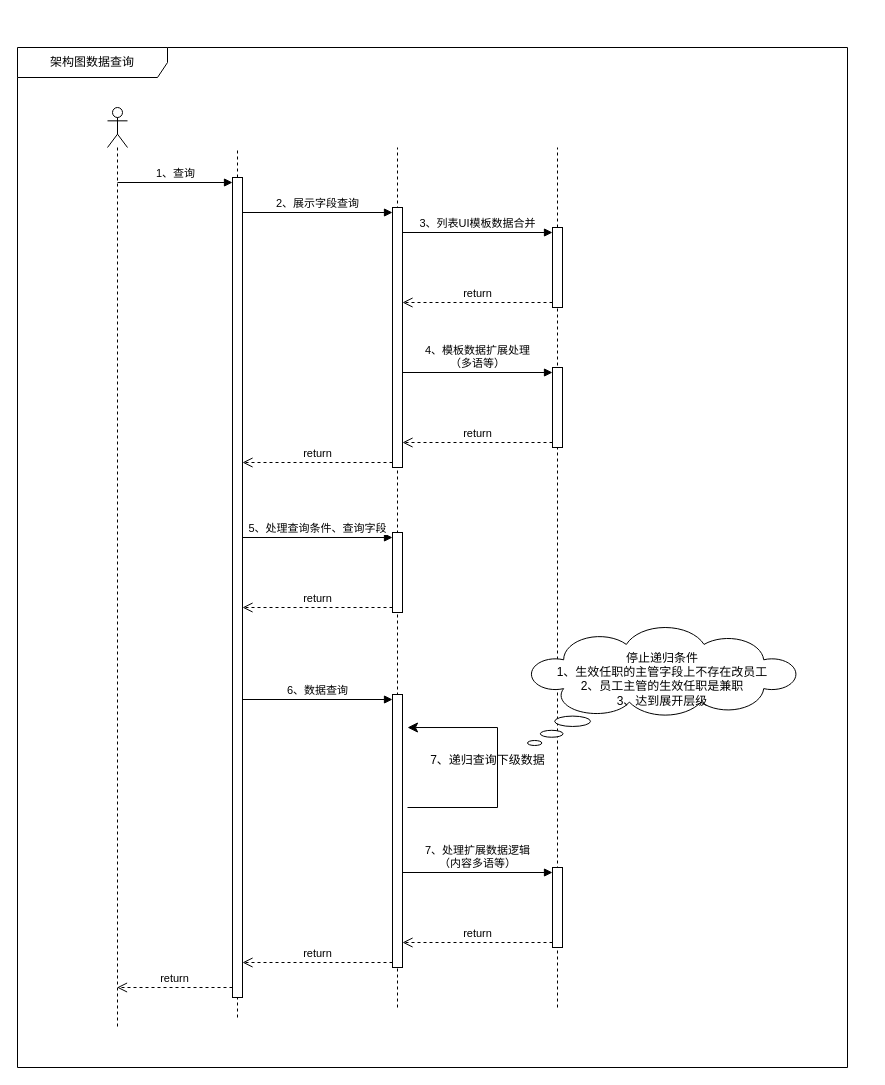
The draw.io diagram 用友/架构图-数据-查询.drawio in Super-YYQ/drawIo, before the edit. Source tidied: cells renumbered, new cells numbered last; positions are measured from the earlier drawing's top-left corner, leaving out a move shared by most shapes. Both pictures are drawn from the tidied source at 100%, with x=0, y=0 at pixel (17, 47).
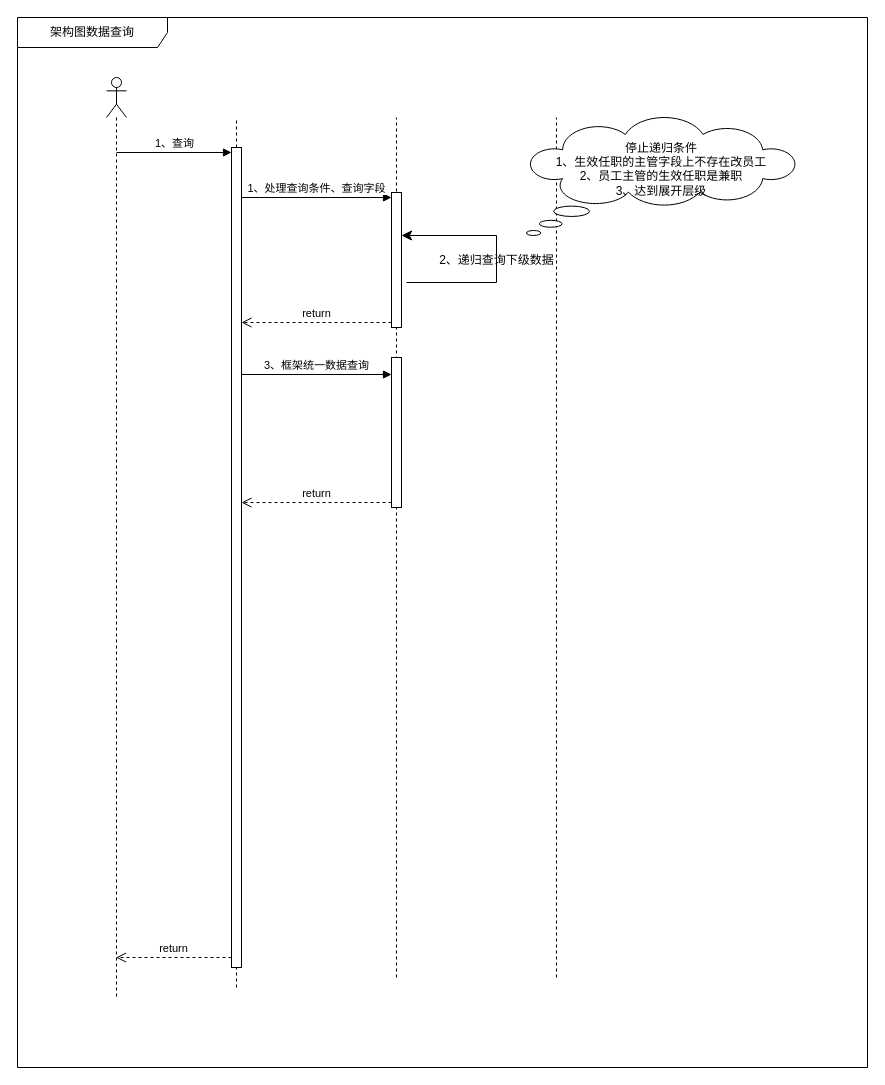
The same diagram, later.

Commit message:
更新架构图-数据-查询.drawio

Diff of the diagram source:
```diff
@@
     <mxCell id="2" style="shape=umlLifeline;perimeter=lifelinePerimeter;whiteSpace=wrap;html=1;newEdgeStyle={&quot;curved&quot;:0,&quot;rounded&quot;:0};participant=umlActor;" parent="1" vertex="1">
-      <mxGeometry x="90" y="60" width="20" height="920" as="geometry" />
+      <mxGeometry x="89" y="30" width="20" height="920" as="geometry" />
     </mxCell>
     <mxCell id="3" style="endArrow=none;dashed=1;html=1;rounded=0;" parent="1" edge="1">
       <mxGeometry relative="1" as="geometry">
-        <mxPoint x="220" y="970" as="sourcePoint" />
-        <mxPoint x="220" y="100" as="targetPoint" />
+        <mxPoint x="219" y="940" as="sourcePoint" />
+        <mxPoint x="219" y="70" as="targetPoint" />
       </mxGeometry>
     </mxCell>
     <mxCell id="4" style="endArrow=none;dashed=1;html=1;rounded=0;" parent="1" edge="1">
       <mxGeometry relative="1" as="geometry">
-        <mxPoint x="540" y="960" as="sourcePoint" />
-        <mxPoint x="540" y="100" as="targetPoint" />
+        <mxPoint x="539" y="930" as="sourcePoint" />
+        <mxPoint x="539" y="70" as="targetPoint" />
       </mxGeometry>
     </mxCell>
     <mxCell id="5" style="endArrow=none;dashed=1;html=1;rounded=0;" parent="1" edge="1">
       <mxGeometry relative="1" as="geometry">
-        <mxPoint x="380" y="960" as="sourcePoint" />
-        <mxPoint x="380" y="100" as="targetPoint" />
+        <mxPoint x="379" y="930" as="sourcePoint" />
+        <mxPoint x="379" y="70" as="targetPoint" />
       </mxGeometry>
     </mxCell>
     <mxCell id="6" style="html=1;points=[[0,0,0,0,5],[0,1,0,0,-5],[1,0,0,0,5],[1,1,0,0,-5]];perimeter=orthogonalPerimeter;outlineConnect=0;targetShapes=umlLifeline;portConstraint=eastwest;newEdgeStyle={&quot;curved&quot;:0,&quot;rounded&quot;:0};" parent="1" vertex="1">
-      <mxGeometry x="215" y="130" width="10" height="820" as="geometry" />
+      <mxGeometry x="214" y="100" width="10" height="820" as="geometry" />
     </mxCell>
     <mxCell id="7" value="1、查询" style="html=1;verticalAlign=bottom;endArrow=block;curved=0;rounded=0;entryX=0;entryY=0;entryDx=0;entryDy=5;" parent="1" edge="1" target="6">
       <mxGeometry relative="1" as="geometry">
-        <mxPoint x="100" y="135" as="sourcePoint" />
+        <mxPoint x="99" y="105" as="sourcePoint" />
       </mxGeometry>
     </mxCell>
     <mxCell id="8" value="return" style="html=1;verticalAlign=bottom;endArrow=open;dashed=1;endSize=8;curved=0;rounded=0;exitX=0;exitY=1;exitDx=0;exitDy=-5;" parent="1" edge="1">
       <mxGeometry relative="1" as="geometry">
-        <mxPoint x="215" y="940" as="sourcePoint" />
-        <mxPoint x="99.5" y="940" as="targetPoint" />
+        <mxPoint x="214" y="910" as="sourcePoint" />
+        <mxPoint x="98.5" y="910" as="targetPoint" />
       </mxGeometry>
     </mxCell>
-    <mxCell id="9" style="html=1;points=[[0,0,0,0,5],[0,1,0,0,-5],[1,0,0,0,5],[1,1,0,0,-5]];perimeter=orthogonalPerimeter;outlineConnect=0;targetShapes=umlLifeline;portConstraint=eastwest;newEdgeStyle={&quot;curved&quot;:0,&quot;rounded&quot;:0};" parent="1" vertex="1">
-      <mxGeometry x="375" y="160" width="10" height="260" as="geometry" />
-    </mxCell>
-    <mxCell id="10" value="2、展示字段查询" style="html=1;verticalAlign=bottom;endArrow=block;curved=0;rounded=0;entryX=0;entryY=0;entryDx=0;entryDy=5;" parent="1" edge="1" source="6" target="9">
-      <mxGeometry relative="1" as="geometry" />
-    </mxCell>
-    <mxCell id="11" value="return" style="html=1;verticalAlign=bottom;endArrow=open;dashed=1;endSize=8;curved=0;rounded=0;exitX=0;exitY=1;exitDx=0;exitDy=-5;" parent="1" edge="1" source="9" target="6">
-      <mxGeometry relative="1" as="geometry" />
-    </mxCell>
-    <mxCell id="12" style="html=1;points=[[0,0,0,0,5],[0,1,0,0,-5],[1,0,0,0,5],[1,1,0,0,-5]];perimeter=orthogonalPerimeter;outlineConnect=0;targetShapes=umlLifeline;portConstraint=eastwest;newEdgeStyle={&quot;curved&quot;:0,&quot;rounded&quot;:0};" parent="1" vertex="1">
-      <mxGeometry x="535" y="180" width="10" height="80" as="geometry" />
-    </mxCell>
-    <mxCell id="13" value="3、列表UI模板数据合并" style="html=1;verticalAlign=bottom;endArrow=block;curved=0;rounded=0;entryX=0;entryY=0;entryDx=0;entryDy=5;" parent="1" edge="1" source="9" target="12">
-      <mxGeometry relative="1" as="geometry" />
-    </mxCell>
-    <mxCell id="14" value="return" style="html=1;verticalAlign=bottom;endArrow=open;dashed=1;endSize=8;curved=0;rounded=0;exitX=0;exitY=1;exitDx=0;exitDy=-5;" parent="1" edge="1" source="12" target="9">
-      <mxGeometry relative="1" as="geometry" />
-    </mxCell>
-    <mxCell id="15" style="html=1;points=[[0,0,0,0,5],[0,1,0,0,-5],[1,0,0,0,5],[1,1,0,0,-5]];perimeter=orthogonalPerimeter;outlineConnect=0;targetShapes=umlLifeline;portConstraint=eastwest;newEdgeStyle={&quot;curved&quot;:0,&quot;rounded&quot;:0};" parent="1" vertex="1">
-      <mxGeometry x="535" y="320" width="10" height="80" as="geometry" />
-    </mxCell>
-    <mxCell id="16" value="4、模板数据扩展处理&lt;br&gt;（多语等）" style="html=1;verticalAlign=bottom;endArrow=block;curved=0;rounded=0;entryX=0;entryY=0;entryDx=0;entryDy=5;" parent="1" edge="1" source="9" target="15">
-      <mxGeometry relative="1" as="geometry" />
-    </mxCell>
-    <mxCell id="17" value="return" style="html=1;verticalAlign=bottom;endArrow=open;dashed=1;endSize=8;curved=0;rounded=0;exitX=0;exitY=1;exitDx=0;exitDy=-5;" parent="1" edge="1" source="15" target="9">
-      <mxGeometry relative="1" as="geometry" />
-    </mxCell>
     <mxCell id="18" style="html=1;points=[[0,0,0,0,5],[0,1,0,0,-5],[1,0,0,0,5],[1,1,0,0,-5]];perimeter=orthogonalPerimeter;outlineConnect=0;targetShapes=umlLifeline;portConstraint=eastwest;newEdgeStyle={&quot;curved&quot;:0,&quot;rounded&quot;:0};" parent="1" vertex="1">
-      <mxGeometry x="375" y="647" width="10" height="273" as="geometry" />
+      <mxGeometry x="374" y="310" width="10" height="150" as="geometry" />
     </mxCell>
-    <mxCell id="19" value="6、数据查询" style="html=1;verticalAlign=bottom;endArrow=block;curved=0;rounded=0;entryX=0;entryY=0;entryDx=0;entryDy=5;" parent="1" edge="1" target="18">
+    <mxCell id="19" value="3、框架统一数据查询" style="html=1;verticalAlign=bottom;endArrow=block;curved=0;rounded=0;entryX=0;entryY=0;entryDx=0;entryDy=5;" parent="1" edge="1">
       <mxGeometry relative="1" as="geometry">
-        <mxPoint x="225" y="652" as="sourcePoint" />
+        <mxPoint x="224" y="327" as="sourcePoint" />
+        <mxPoint x="374" y="327" as="targetPoint" />
       </mxGeometry>
     </mxCell>
-    <mxCell id="20" value="return" style="html=1;verticalAlign=bottom;endArrow=open;dashed=1;endSize=8;curved=0;rounded=0;exitX=0;exitY=1;exitDx=0;exitDy=-5;" parent="1" edge="1" source="18" target="6">
+    <mxCell id="20" value="return" style="html=1;verticalAlign=bottom;endArrow=open;dashed=1;endSize=8;curved=0;rounded=0;exitX=0;exitY=1;exitDx=0;exitDy=-5;entryX=1;entryY=0.433;entryDx=0;entryDy=0;entryPerimeter=0;" parent="1" edge="1" source="18" target="6">
       <mxGeometry relative="1" as="geometry" />
     </mxCell>
-    <mxCell id="21" style="html=1;points=[[0,0,0,0,5],[0,1,0,0,-5],[1,0,0,0,5],[1,1,0,0,-5]];perimeter=orthogonalPerimeter;outlineConnect=0;targetShapes=umlLifeline;portConstraint=eastwest;newEdgeStyle={&quot;curved&quot;:0,&quot;rounded&quot;:0};" parent="1" vertex="1">
-      <mxGeometry x="535" y="820" width="10" height="80" as="geometry" />
-    </mxCell>
-    <mxCell id="22" value="7、处理扩展数据逻辑&lt;br&gt;（内容多语等）" style="html=1;verticalAlign=bottom;endArrow=block;curved=0;rounded=0;entryX=0;entryY=0;entryDx=0;entryDy=5;" parent="1" edge="1" target="21">
-      <mxGeometry relative="1" as="geometry">
-        <mxPoint x="385" y="825" as="sourcePoint" />
-      </mxGeometry>
-    </mxCell>
-    <mxCell id="23" value="return" style="html=1;verticalAlign=bottom;endArrow=open;dashed=1;endSize=8;curved=0;rounded=0;exitX=0;exitY=1;exitDx=0;exitDy=-5;" parent="1" edge="1" source="21">
-      <mxGeometry relative="1" as="geometry">
-        <mxPoint x="385" y="895" as="targetPoint" />
-      </mxGeometry>
-    </mxCell>
     <mxCell id="24" style="html=1;points=[[0,0,0,0,5],[0,1,0,0,-5],[1,0,0,0,5],[1,1,0,0,-5]];perimeter=orthogonalPerimeter;outlineConnect=0;targetShapes=umlLifeline;portConstraint=eastwest;newEdgeStyle={&quot;curved&quot;:0,&quot;rounded&quot;:0};" parent="1" vertex="1">
-      <mxGeometry x="375" y="485" width="10" height="80" as="geometry" />
+      <mxGeometry x="374" y="145" width="10" height="135" as="geometry" />
     </mxCell>
-    <mxCell id="25" value="5、处理查询条件、查询字段" style="html=1;verticalAlign=bottom;endArrow=block;curved=0;rounded=0;entryX=0;entryY=0;entryDx=0;entryDy=5;" parent="1" edge="1" source="6" target="24">
-      <mxGeometry relative="1" as="geometry" />
+    <mxCell id="25" value="1、处理查询条件、查询字段" style="html=1;verticalAlign=bottom;endArrow=block;curved=0;rounded=0;entryX=0;entryY=0;entryDx=0;entryDy=5;" parent="1" edge="1" target="24">
+      <mxGeometry relative="1" as="geometry">
+        <mxPoint x="224" y="150" as="sourcePoint" />
+      </mxGeometry>
     </mxCell>
@@
-    <mxCell id="27" style="edgeStyle=elbowEdgeStyle;elbow=horizontal;endArrow=classic;html=1;curved=0;rounded=0;endSize=8;startSize=8;entryX=1.5;entryY=0.121;entryDx=0;entryDy=0;entryPerimeter=0;" parent="1" edge="1" target="18">
+    <mxCell id="27" style="edgeStyle=elbowEdgeStyle;elbow=horizontal;endArrow=classic;html=1;curved=0;rounded=0;endSize=8;startSize=8;" parent="1" edge="1">
       <mxGeometry relative="1" as="geometry">
-        <mxPoint x="390" y="760" as="sourcePoint" />
+        <mxPoint x="389" y="235" as="sourcePoint" />
+        <mxPoint x="384" y="188" as="targetPoint" />
         <Array as="points">
-          <mxPoint x="480" y="720" />
+          <mxPoint x="479" y="188" />
         </Array>
       </mxGeometry>
     </mxCell>
-    <mxCell id="28" value="7、递归查询下级数据" style="text;html=1;align=center;verticalAlign=middle;strokeColor=none;fillColor=none;" parent="1" vertex="1">
-      <mxGeometry x="400" y="698" width="140" height="30" as="geometry" />
+    <mxCell id="28" value="2、递归查询下级数据" style="text;html=1;align=center;verticalAlign=middle;strokeColor=none;fillColor=none;" parent="1" vertex="1">
+      <mxGeometry x="409" y="197.5" width="140" height="30" as="geometry" />
     </mxCell>
     <mxCell id="29" value="停止递归条件&lt;br&gt;1、生效任职的主管字段上不存在改员工&lt;br&gt;2、员工主管的生效任职是兼职&lt;br&gt;3、达到展开层级&lt;br&gt;&lt;div&gt;&lt;br&gt;&lt;/div&gt;" style="whiteSpace=wrap;html=1;shape=mxgraph.basic.cloud_callout;" parent="1" vertex="1">
-      <mxGeometry x="510" y="580" width="270" height="118" as="geometry" />
+      <mxGeometry x="509" y="70" width="270" height="118" as="geometry" />
     </mxCell>
     <mxCell id="30" value="架构图数据查询" style="shape=umlFrame;whiteSpace=wrap;html=1;width=150;height=30;" parent="1" vertex="1">
-      <mxGeometry width="830" height="1020" as="geometry" />
+      <mxGeometry y="-30" width="850" height="1050" as="geometry" />
     </mxCell>
```
